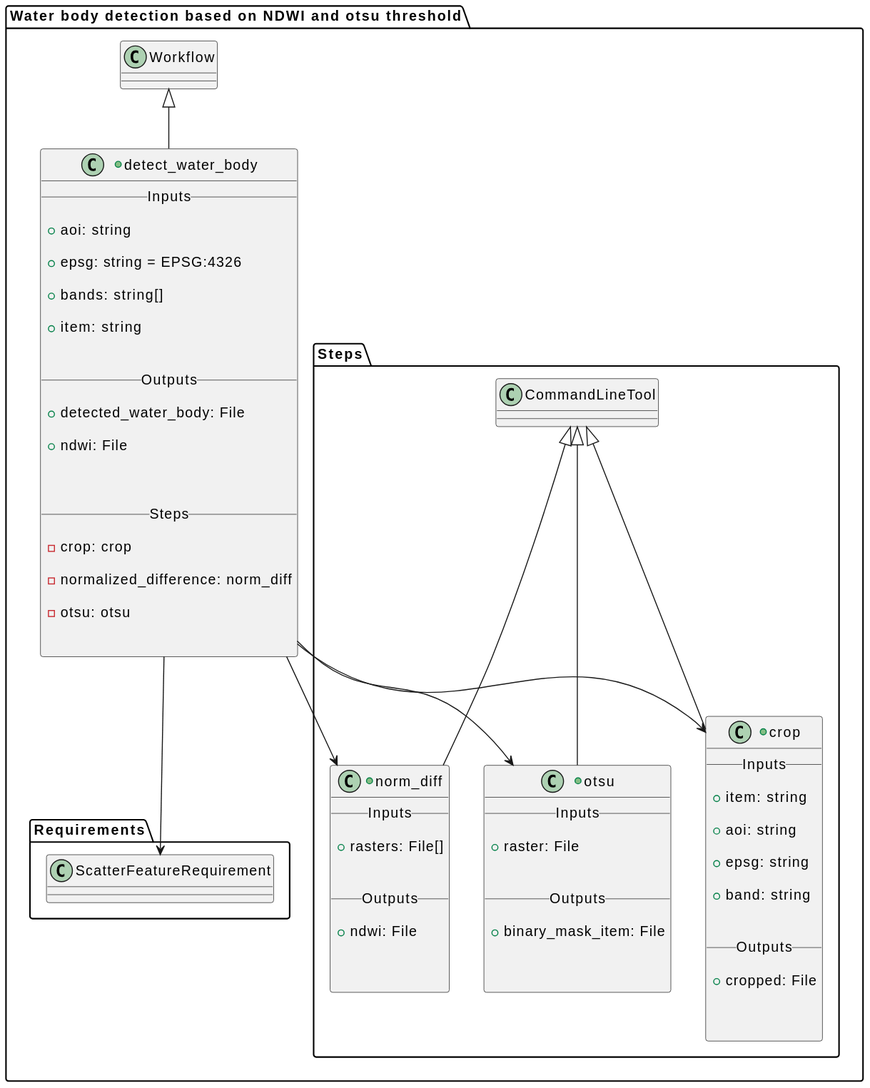
Before: docs/design/detect_water_body/class.svg, a diagram exported from PlantUML (eoap/zarr-cloud-native-format).
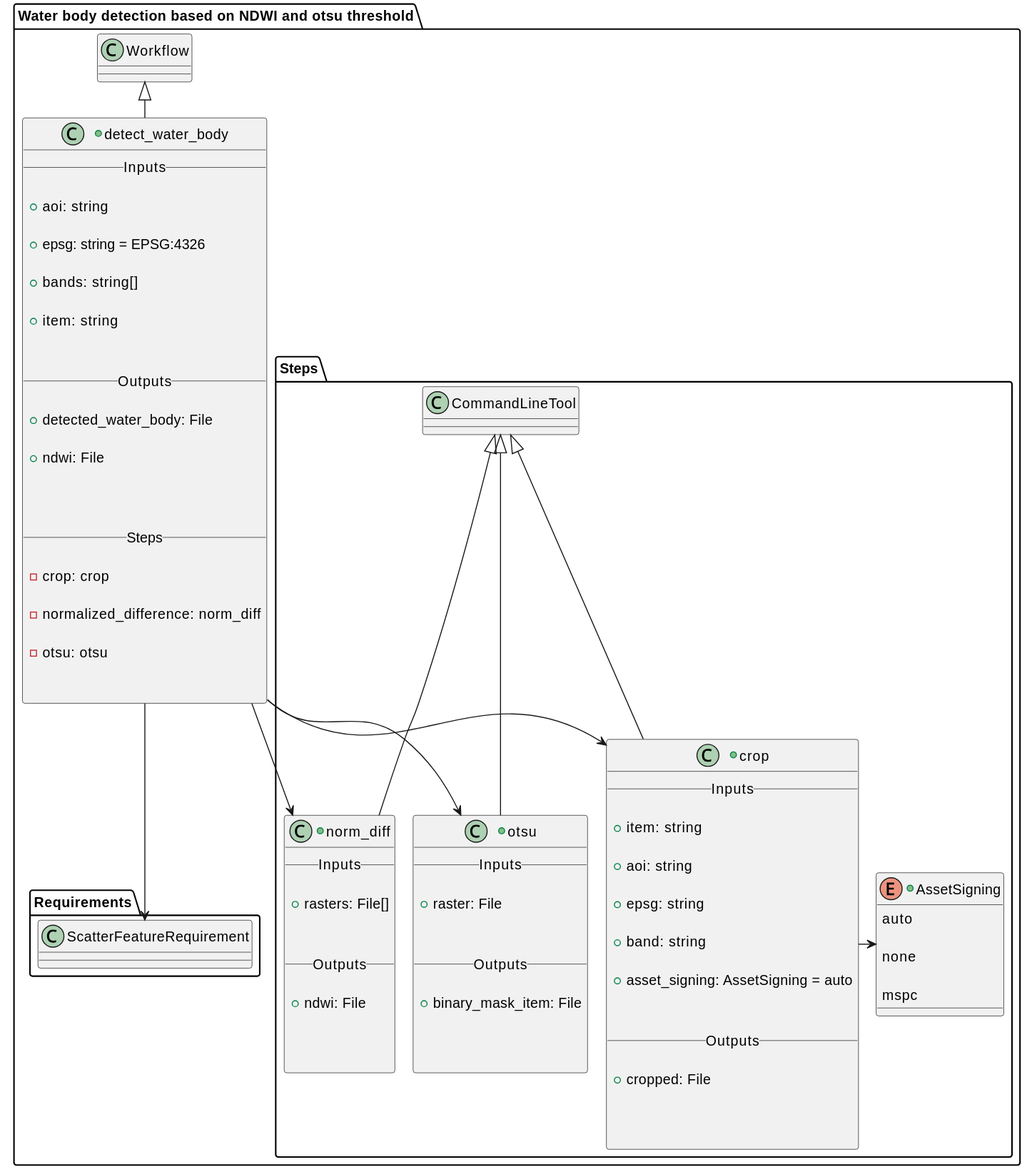
After the change.

Diff of the diagram source:
```diff
@@ -1,5 +1,5 @@
 @startuml
-
+!pragma layout smetana
 
 
 
@@ -85,6 +85,8 @@
 
         + band: string
 
+        + asset_signing: AssetSigning = auto
+
 
         __ Outputs __
 
@@ -103,6 +105,20 @@
 
 
 
+
+
+
+
+        +enum AssetSigning {
+
+        auto
+
+        none
+
+        mspc
+
+    }
+        CommandLineTool_crop -> AssetSigning
 
 
 
```
